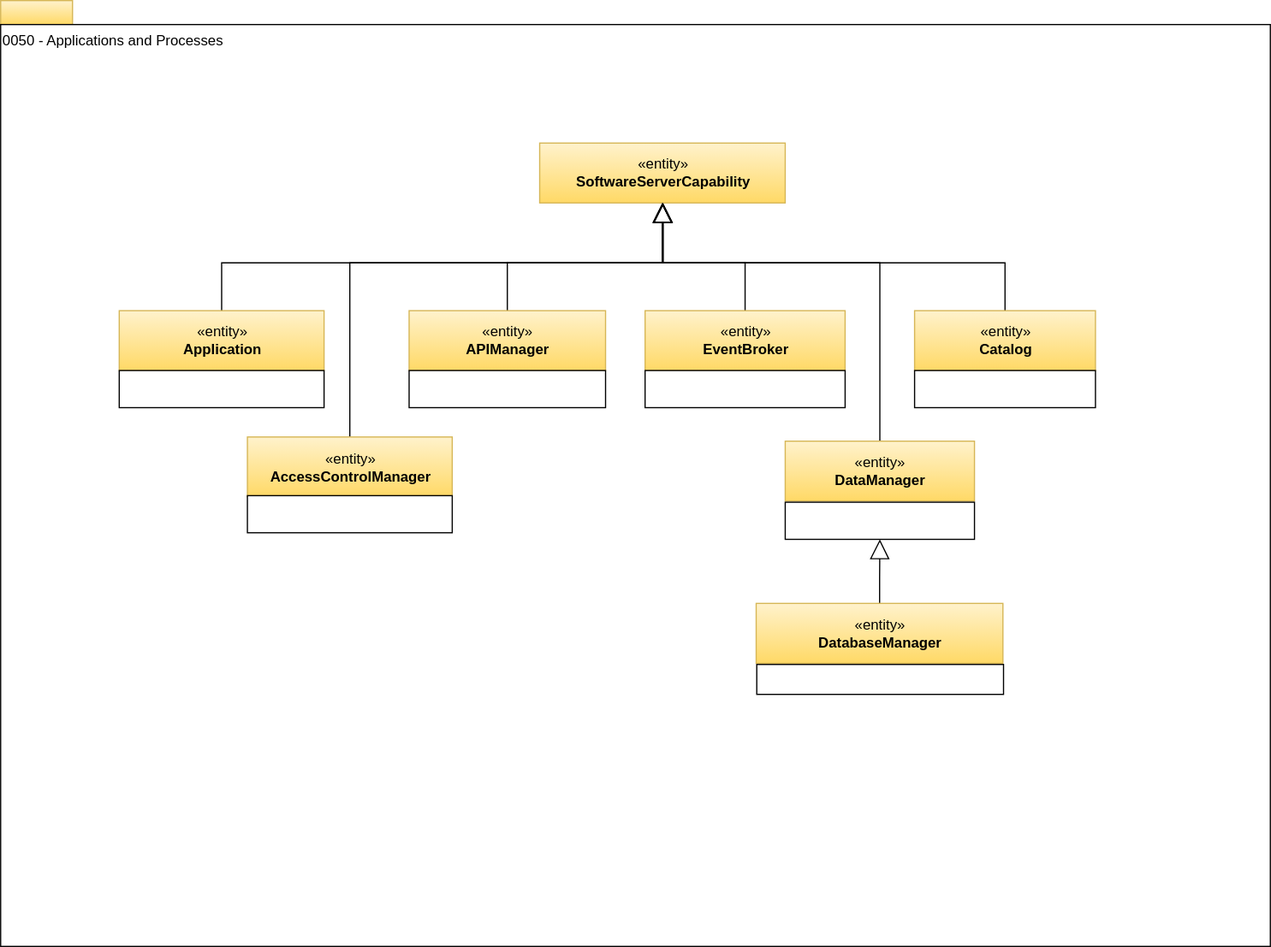
The draw.io diagram site/docs/types/0/0050-Applications-and-Processes.svg in odpi/egeria-docs, before a commit. Source tidied: cells renumbered, new cells last; positions are measured from the earlier drawing's top-left corner, leaving out a move shared by most shapes.
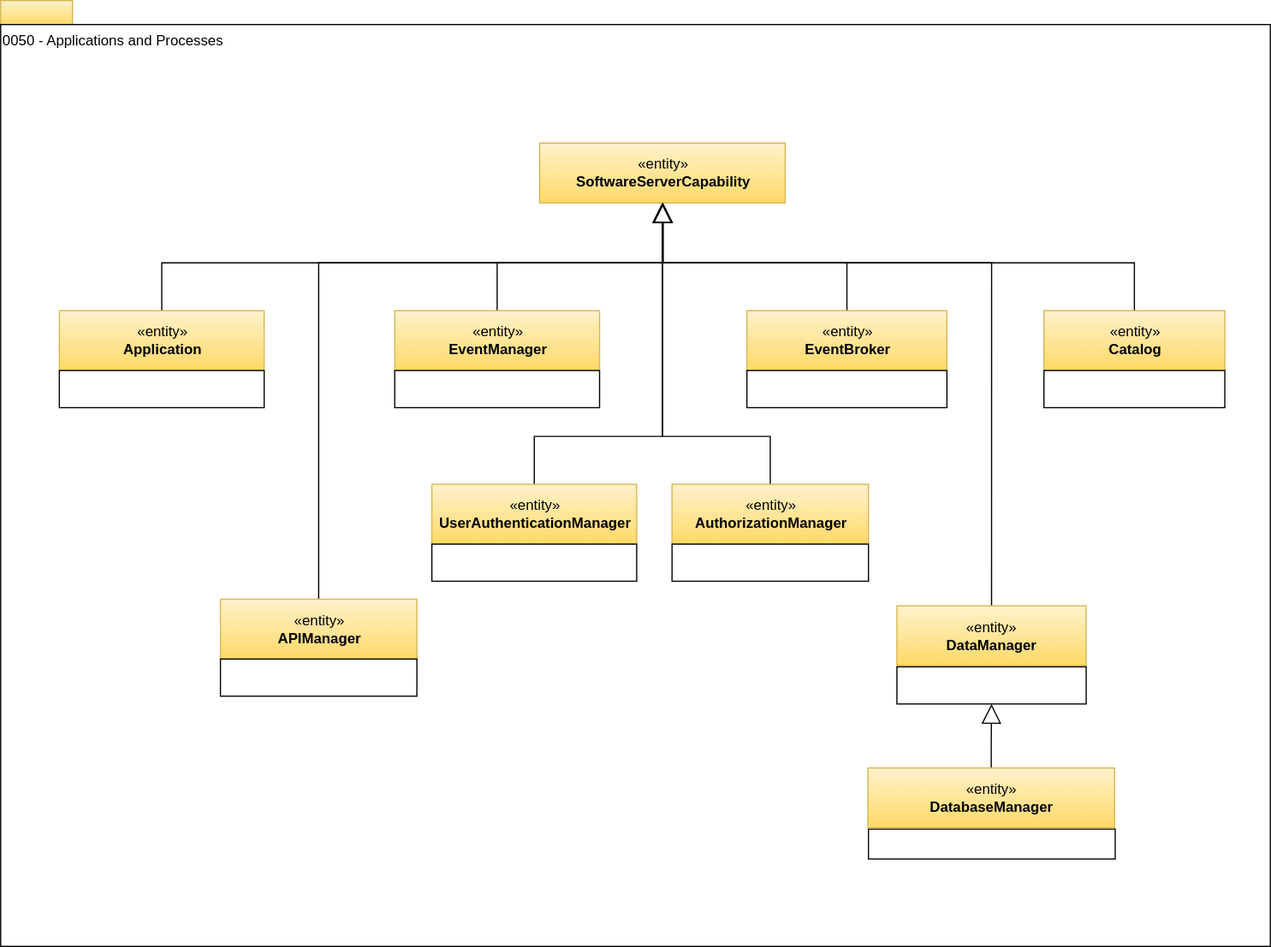
The same diagram one commit later.

What changed in the source:
```diff
@@ -12,77 +12,110 @@
       <mxGeometry relative="1" as="geometry" />
     </mxCell>
     <mxCell id="5" value="«entity»&lt;br&gt;&lt;b&gt;Application&lt;/b&gt;" style="html=1;strokeColor=#d6b656;align=center;fillColor=#fff2cc;gradientColor=#ffd966;" parent="1" vertex="1">
-      <mxGeometry x="99" y="259" width="171" height="50" as="geometry" />
+      <mxGeometry x="49" y="259" width="171" height="50" as="geometry" />
     </mxCell>
     <mxCell id="6" value="«entity»&lt;br&gt;&lt;b&gt;SoftwareServerCapability&lt;/b&gt;" style="html=1;strokeColor=#d6b656;align=center;fillColor=#fff2cc;gradientColor=#ffd966;" parent="1" vertex="1">
       <mxGeometry x="450" y="119" width="205" height="50" as="geometry" />
     </mxCell>
     <mxCell id="7" style="edgeStyle=orthogonalEdgeStyle;rounded=0;jettySize=auto;html=1;exitX=0.5;exitY=0;exitDx=0;exitDy=0;entryX=0.5;entryY=1;entryDx=0;entryDy=0;endArrow=block;endFill=0;endSize=14;" parent="1" edge="1" source="8" target="6">
-      <mxGeometry relative="1" as="geometry" />
+      <mxGeometry relative="1" as="geometry">
+        <Array as="points">
+          <mxPoint x="643" y="364" />
+          <mxPoint x="553" y="364" />
+        </Array>
+      </mxGeometry>
     </mxCell>
-    <mxCell id="8" value="«entity»&lt;br&gt;&lt;b&gt;APIManager&lt;/b&gt;" style="html=1;strokeColor=#d6b656;align=center;fillColor=#fff2cc;gradientColor=#ffd966;" parent="1" vertex="1">
-      <mxGeometry x="341" y="259" width="164" height="50" as="geometry" />
+    <mxCell id="8" value="«entity»&lt;br&gt;&lt;b&gt;AuthorizationManager&lt;/b&gt;" style="html=1;strokeColor=#d6b656;align=center;fillColor=#fff2cc;gradientColor=#ffd966;" parent="1" vertex="1">
+      <mxGeometry x="560.5" y="404" width="164" height="50" as="geometry" />
     </mxCell>
     <mxCell id="9" style="rounded=0;whiteSpace=wrap;html=1;strokeColor=#000000;gradientColor=#ffffff;align=center;" parent="1" vertex="1">
-      <mxGeometry x="341" y="309" width="164" height="31" as="geometry" />
+      <mxGeometry x="560.5" y="454" width="164" height="31" as="geometry" />
     </mxCell>
     <mxCell id="10" style="edgeStyle=orthogonalEdgeStyle;rounded=0;jettySize=auto;html=1;exitX=0.5;exitY=0;exitDx=0;exitDy=0;endArrow=block;endFill=0;endSize=14;" parent="1" edge="1" source="11" target="6">
       <mxGeometry relative="1" as="geometry" />
     </mxCell>
     <mxCell id="11" value="«entity»&lt;br&gt;&lt;b&gt;EventBroker&lt;/b&gt;" style="html=1;strokeColor=#d6b656;align=center;fillColor=#fff2cc;gradientColor=#ffd966;" parent="1" vertex="1">
-      <mxGeometry x="538" y="259" width="167" height="50" as="geometry" />
+      <mxGeometry x="623" y="259" width="167" height="50" as="geometry" />
     </mxCell>
     <mxCell id="12" style="rounded=0;whiteSpace=wrap;html=1;strokeColor=#000000;gradientColor=#ffffff;align=center;" parent="1" vertex="1">
-      <mxGeometry x="538" y="309" width="167" height="31" as="geometry" />
+      <mxGeometry x="623" y="309" width="167" height="31" as="geometry" />
     </mxCell>
     <mxCell id="13" style="edgeStyle=orthogonalEdgeStyle;rounded=0;jettySize=auto;html=1;exitX=0.5;exitY=0;exitDx=0;exitDy=0;endArrow=block;endFill=0;endSize=14;" parent="1" edge="1" source="14" target="6">
       <mxGeometry relative="1" as="geometry">
         <Array as="points">
-          <mxPoint x="734" y="219" />
+          <mxPoint x="827" y="219" />
           <mxPoint x="553" y="219" />
         </Array>
       </mxGeometry>
     </mxCell>
     <mxCell id="14" value="«entity»&lt;br&gt;&lt;b&gt;DataManager&lt;/b&gt;" style="html=1;strokeColor=#d6b656;align=center;fillColor=#fff2cc;gradientColor=#ffd966;" parent="1" vertex="1">
-      <mxGeometry x="655" y="368" width="158" height="50" as="geometry" />
+      <mxGeometry x="748.2" y="505.5" width="158" height="50" as="geometry" />
     </mxCell>
     <mxCell id="15" style="rounded=0;whiteSpace=wrap;html=1;strokeColor=#000000;gradientColor=#ffffff;align=center;" parent="1" vertex="1">
-      <mxGeometry x="655" y="419" width="158" height="31" as="geometry" />
+      <mxGeometry x="748.2" y="556.5" width="158" height="31" as="geometry" />
     </mxCell>
     <mxCell id="16" style="edgeStyle=orthogonalEdgeStyle;rounded=0;jettySize=auto;html=1;exitX=0.5;exitY=0;exitDx=0;exitDy=0;endArrow=block;endFill=0;endSize=14;" parent="1" edge="1" source="17" target="6">
       <mxGeometry relative="1" as="geometry" />
     </mxCell>
     <mxCell id="17" value="«entity»&lt;br&gt;&lt;b&gt;Catalog&lt;/b&gt;" style="html=1;strokeColor=#d6b656;align=center;fillColor=#fff2cc;gradientColor=#ffd966;" parent="1" vertex="1">
-      <mxGeometry x="763" y="259" width="151" height="50" as="geometry" />
+      <mxGeometry x="871" y="259" width="151" height="50" as="geometry" />
     </mxCell>
     <mxCell id="18" style="rounded=0;whiteSpace=wrap;html=1;strokeColor=#000000;gradientColor=#ffffff;align=center;" parent="1" vertex="1">
-      <mxGeometry x="763" y="309" width="151" height="31" as="geometry" />
+      <mxGeometry x="871" y="309" width="151" height="31" as="geometry" />
     </mxCell>
     <mxCell id="19" style="edgeStyle=orthogonalEdgeStyle;rounded=0;jettySize=auto;html=1;exitX=0.5;exitY=0;exitDx=0;exitDy=0;endArrow=block;endFill=0;endSize=14;" parent="1" edge="1" source="20" target="6">
       <mxGeometry relative="1" as="geometry">
         <Array as="points">
-          <mxPoint x="292" y="219" />
+          <mxPoint x="415" y="219" />
           <mxPoint x="553" y="219" />
         </Array>
       </mxGeometry>
     </mxCell>
-    <mxCell id="20" value="«entity»&lt;br&gt;&lt;b&gt;AccessControlManager&lt;/b&gt;" style="html=1;strokeColor=#d6b656;align=center;fillColor=#fff2cc;gradientColor=#ffd966;" parent="1" vertex="1">
-      <mxGeometry x="206" y="364.5" width="171" height="50" as="geometry" />
+    <mxCell id="20" value="«entity»&lt;br&gt;&lt;b&gt;EventManager&lt;/b&gt;" style="html=1;strokeColor=#d6b656;align=center;fillColor=#fff2cc;gradientColor=#ffd966;" parent="1" vertex="1">
+      <mxGeometry x="329" y="259" width="171" height="50" as="geometry" />
     </mxCell>
     <mxCell id="21" style="rounded=0;whiteSpace=wrap;html=1;strokeColor=#000000;gradientColor=#ffffff;align=left;" parent="1" vertex="1">
-      <mxGeometry x="631.2" y="554.5" width="206" height="25" as="geometry" />
+      <mxGeometry x="724.5" y="692" width="206" height="25" as="geometry" />
     </mxCell>
     <mxCell id="22" style="edgeStyle=orthogonalEdgeStyle;rounded=0;jettySize=auto;html=1;entryX=0.5;entryY=1;entryDx=0;entryDy=0;endArrow=block;endFill=0;endSize=14;" parent="1" edge="1" source="23" target="15">
       <mxGeometry relative="1" as="geometry" />
     </mxCell>
     <mxCell id="23" value="«entity»&lt;br&gt;&lt;b&gt;DatabaseManager&lt;/b&gt;" style="html=1;strokeColor=#d6b656;align=center;fillColor=#fff2cc;gradientColor=#ffd966;" parent="1" vertex="1">
-      <mxGeometry x="630.8" y="503.5" width="206" height="50" as="geometry" />
+      <mxGeometry x="724" y="641" width="206" height="50" as="geometry" />
     </mxCell>
     <mxCell id="24" style="rounded=0;whiteSpace=wrap;html=1;strokeColor=#000000;gradientColor=#ffffff;align=center;" parent="1" vertex="1">
-      <mxGeometry x="99" y="309" width="171" height="31" as="geometry" />
+      <mxGeometry x="49" y="309" width="171" height="31" as="geometry" />
     </mxCell>
     <mxCell id="25" style="rounded=0;whiteSpace=wrap;html=1;strokeColor=#000000;gradientColor=#ffffff;align=center;" parent="1" vertex="1">
-      <mxGeometry x="206" y="413.5" width="171" height="31" as="geometry" />
+      <mxGeometry x="329" y="309" width="171" height="31" as="geometry" />
     </mxCell>
+    <mxCell id="26" style="edgeStyle=orthogonalEdgeStyle;rounded=0;jettySize=auto;html=1;exitX=0.5;exitY=0;exitDx=0;exitDy=0;entryX=0.5;entryY=1;entryDx=0;entryDy=0;endArrow=block;endFill=0;endSize=14;" parent="1" edge="1" source="27" target="6">
+      <mxGeometry relative="1" as="geometry">
+        <Array as="points">
+          <mxPoint x="266" y="219" />
+          <mxPoint x="553" y="219" />
+        </Array>
+      </mxGeometry>
+    </mxCell>
+    <mxCell id="27" value="«entity»&lt;br&gt;&lt;b&gt;APIManager&lt;/b&gt;" style="html=1;strokeColor=#d6b656;align=center;fillColor=#fff2cc;gradientColor=#ffd966;" parent="1" vertex="1">
+      <mxGeometry x="183.5" y="500" width="164" height="50" as="geometry" />
+    </mxCell>
+    <mxCell id="28" style="rounded=0;whiteSpace=wrap;html=1;strokeColor=#000000;gradientColor=#ffffff;align=center;" parent="1" vertex="1">
+      <mxGeometry x="183.5" y="550" width="164" height="31" as="geometry" />
+    </mxCell>
+    <mxCell id="29" style="edgeStyle=orthogonalEdgeStyle;rounded=0;jettySize=auto;html=1;exitX=0.5;exitY=0;exitDx=0;exitDy=0;endArrow=block;endFill=0;endSize=14;entryX=0.5;entryY=1;entryDx=0;entryDy=0;" parent="1" edge="1" source="30" target="6">
+      <mxGeometry relative="1" as="geometry">
+        <Array as="points">
+          <mxPoint x="446" y="364" />
+          <mxPoint x="553" y="364" />
+        </Array>
+      </mxGeometry>
+    </mxCell>
+    <mxCell id="30" value="«entity»&lt;br&gt;&lt;b&gt;UserAuthenticationManager&lt;/b&gt;" style="html=1;strokeColor=#d6b656;align=center;fillColor=#fff2cc;gradientColor=#ffd966;" parent="1" vertex="1">
+      <mxGeometry x="360" y="404" width="171" height="50" as="geometry" />
+    </mxCell>
+    <mxCell id="31" style="rounded=0;whiteSpace=wrap;html=1;strokeColor=#000000;gradientColor=#ffffff;align=center;" parent="1" vertex="1">
+      <mxGeometry x="360" y="454" width="171" height="31" as="geometry" />
+    </mxCell>
   </root>
 </mxGraphModel>
```
